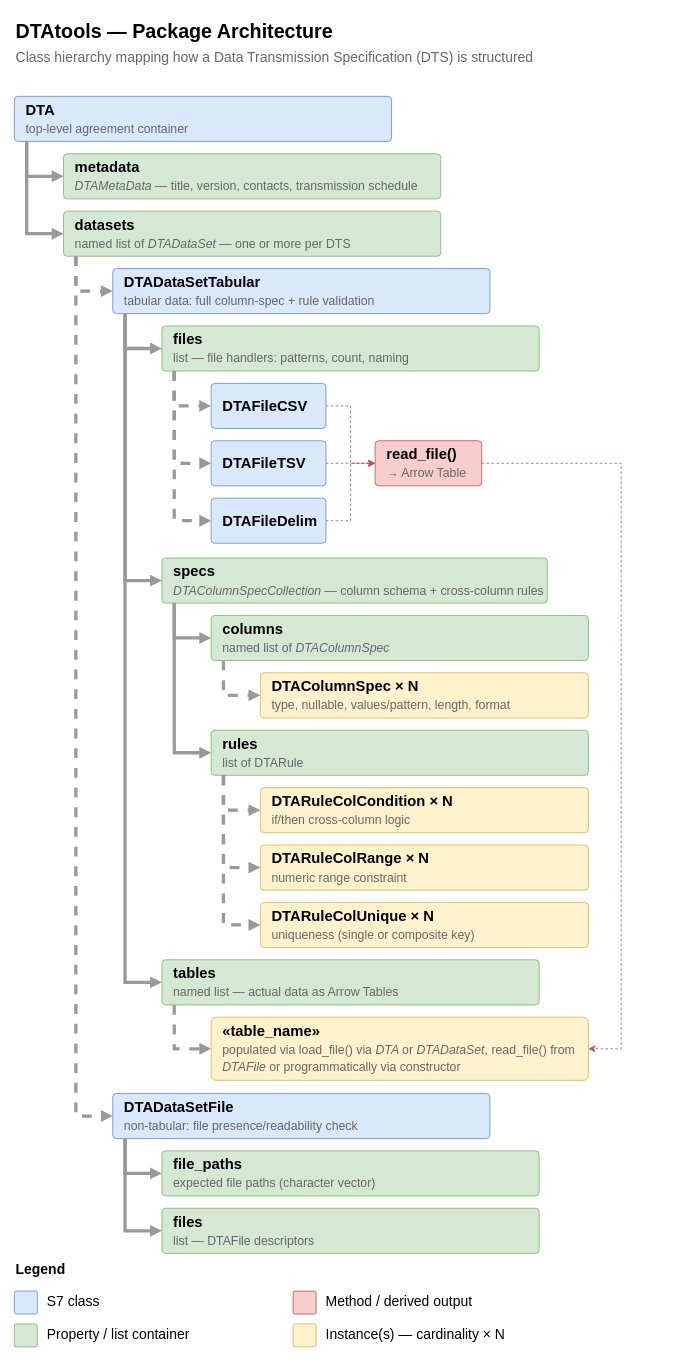
Before: img/DTAtools_architecture.drawio in Boehringer-Ingelheim/DTAtoolsR, a draw.io diagram. Source tidied: cells renumbered, new cells numbered last; positions are measured from the earlier drawing's top-left corner, leaving out a move shared by most shapes. Both pictures are drawn from the tidied source at 82%, with x=0, y=0 at pixel (14, 14).
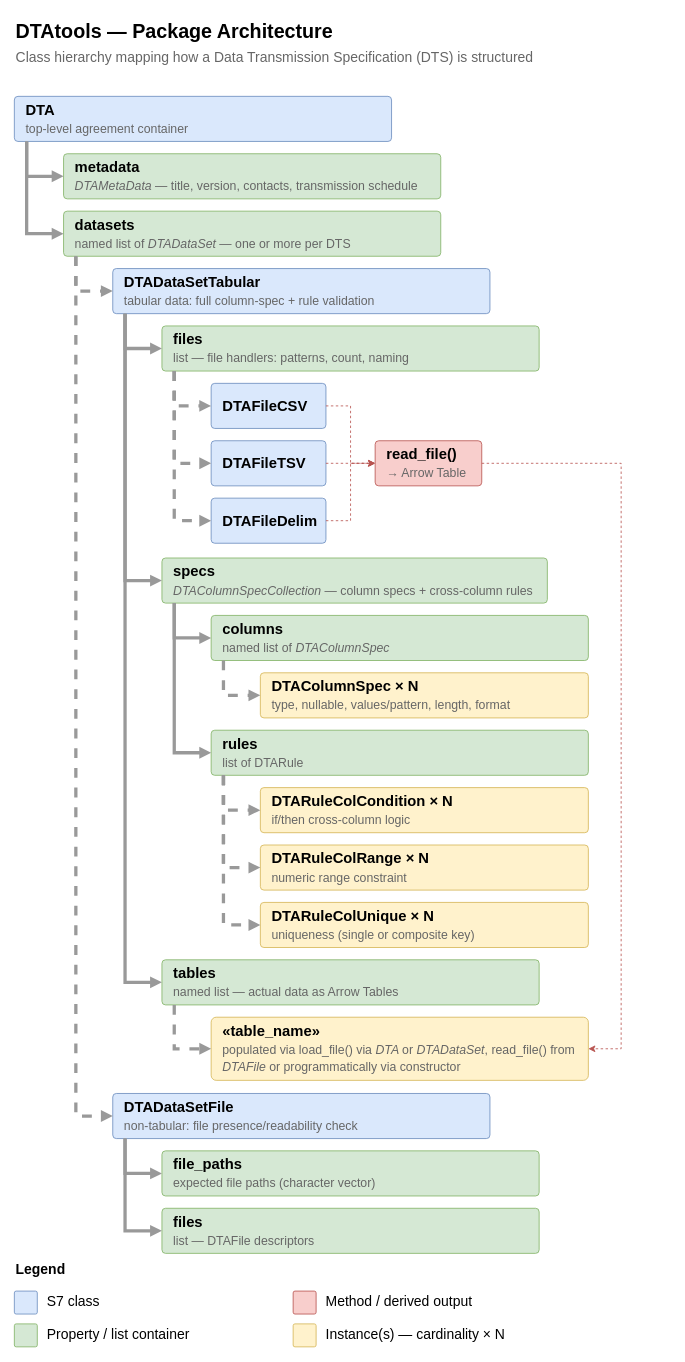
The same diagram, later.

Change to the diagram source:
```diff
@@
-    <mxCell id="12" value="&lt;b&gt;specs&lt;/b&gt;&lt;br&gt;&lt;font style=&quot;font-size: 15px;&quot; color=&quot;#666666&quot;&gt;&lt;i&gt;DTAColumnSpecCollection &lt;/i&gt;— column schema + cross-column rules&lt;/font&gt;" style="rounded=1;whiteSpace=wrap;html=1;fontFamily=Helvetica;fontSize=18;align=left;verticalAlign=middle;spacingLeft=12;fillColor=#d5e8d4;strokeColor=#82b366;arcSize=8;" parent="1" vertex="1">
+    <mxCell id="12" value="&lt;b&gt;specs&lt;/b&gt;&lt;br&gt;&lt;font style=&quot;font-size: 15px;&quot; color=&quot;#666666&quot;&gt;&lt;i&gt;DTAColumnSpecCollection &lt;/i&gt;— column specs + cross-column rules&lt;/font&gt;" style="rounded=1;whiteSpace=wrap;html=1;fontFamily=Helvetica;fontSize=18;align=left;verticalAlign=middle;spacingLeft=12;fillColor=#d5e8d4;strokeColor=#82b366;arcSize=8;" parent="1" vertex="1">
       <mxGeometry x="180" y="663" width="470" height="55" as="geometry" />
     </mxCell>
```
